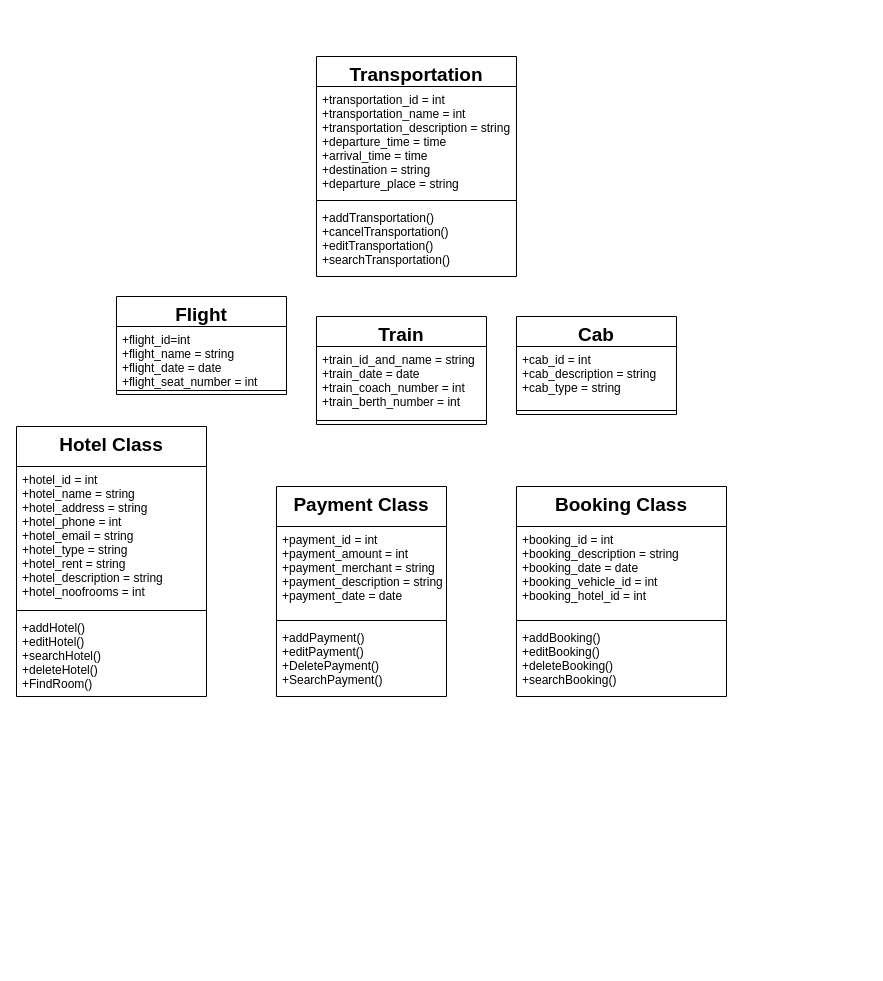
The draw.io diagram Untitled Diagram.drawio in bidya01/Programs, before the edit. Source tidied: cells renumbered, new cells numbered last; positions are measured from the earlier drawing's top-left corner, leaving out a move shared by most shapes. Both pictures are drawn from the tidied source at 100%, with x=0, y=0 at pixel (16, 56).
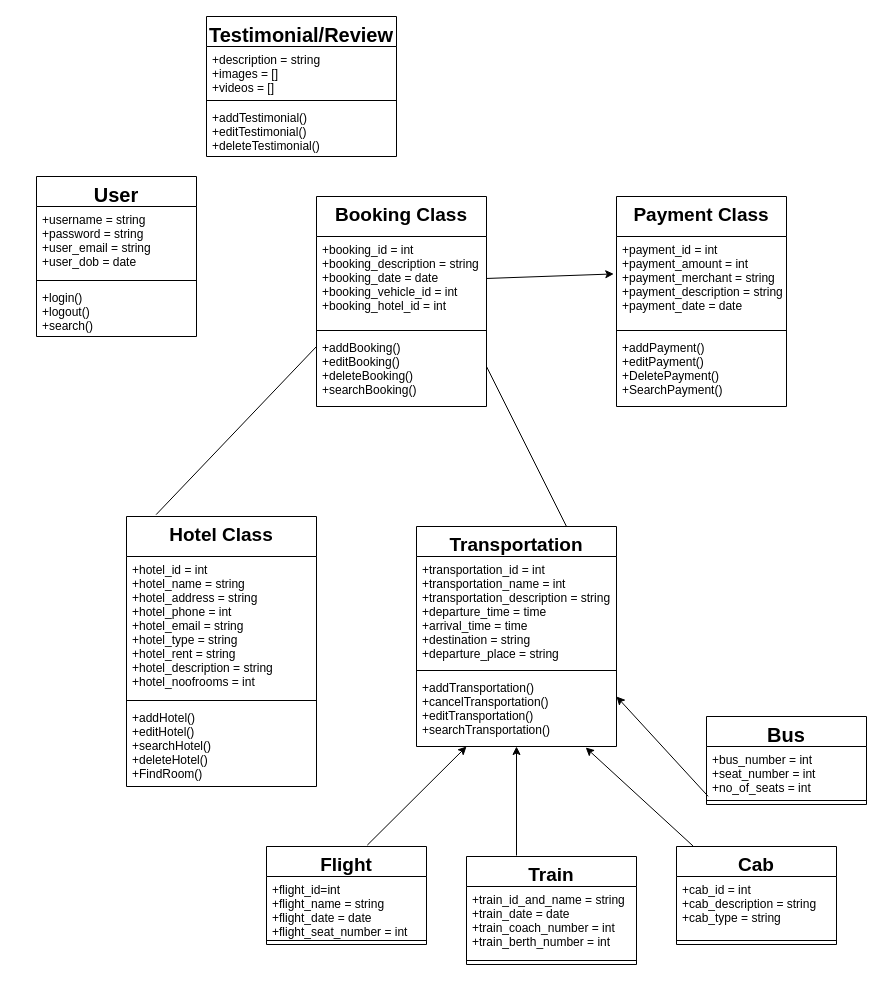
The same diagram, later.

Unchanged cells that the change refers to:
```xml
<mxCell id="23" value="+addTransportation()&#10;+cancelTransportation()&#10;+editTransportation()&#10;+searchTransportation()&#10;" style="text;strokeColor=none;fillColor=none;align=left;verticalAlign=top;spacingLeft=4;spacingRight=4;overflow=hidden;points=[[0,0.5],[1,0.5]];portConstraint=eastwest;" parent="20" vertex="1">
  <mxGeometry y="148" width="200" height="72" as="geometry" />
</mxCell>
```

What changed in the source:
```diff
@@
     <mxCell id="2" value="Hotel Class" style="swimlane;fontStyle=1;align=center;verticalAlign=top;horizontal=1;startSize=40;fontSize=19;" parent="1" vertex="1">
-      <mxGeometry y="370" width="190" height="270" as="geometry" />
+      <mxGeometry x="110" y="460" width="190" height="270" as="geometry" />
     </mxCell>
@@
-    <mxCell id="6" value="Payment Class" style="swimlane;fontStyle=1;align=center;verticalAlign=top;horizontal=1;startSize=40;fontSize=19;" parent="1" vertex="1">
-      <mxGeometry x="260" y="430" width="170" height="210" as="geometry" />
-    </mxCell>
-    <mxCell id="7" value="+payment_id = int&#10;+payment_amount = int&#10;+payment_merchant = string&#10;+payment_description = string&#10;+payment_date = date" style="text;strokeColor=none;fillColor=none;align=left;verticalAlign=top;spacingLeft=4;spacingRight=4;overflow=hidden;points=[[0,0.5],[1,0.5]];portConstraint=eastwest;" parent="6" vertex="1">
-      <mxGeometry y="40" width="170" height="90" as="geometry" />
-    </mxCell>
-    <mxCell id="8" style="line;strokeWidth=1;fillColor=none;align=left;verticalAlign=middle;spacingTop=-1;spacingLeft=3;spacingRight=3;labelPosition=right;" parent="6" vertex="1">
-      <mxGeometry y="130" width="170" height="8" as="geometry" />
-    </mxCell>
-    <mxCell id="9" value="+addPayment()&#10;+editPayment()&#10;+DeletePayment()&#10;+SearchPayment()" style="text;strokeColor=none;fillColor=none;align=left;verticalAlign=top;spacingLeft=4;spacingRight=4;overflow=hidden;" parent="6" vertex="1">
-      <mxGeometry y="138" width="170" height="72" as="geometry" />
-    </mxCell>
-    <mxCell id="10" value="Booking Class" style="swimlane;fontStyle=1;align=center;verticalAlign=top;horizontal=1;startSize=40;fontSize=19;" parent="1" vertex="1">
-      <mxGeometry x="500" y="430" width="210" height="210" as="geometry" />
-    </mxCell>
-    <mxCell id="11" value="+booking_id = int&#10;+booking_description = string&#10;+booking_date = date&#10;+booking_vehicle_id = int&#10;+booking_hotel_id = int&#10;" style="text;strokeColor=none;fillColor=none;align=left;verticalAlign=top;spacingLeft=4;spacingRight=4;overflow=hidden;points=[[0,0.5],[1,0.5]];portConstraint=eastwest;" parent="10" vertex="1">
-      <mxGeometry y="40" width="210" height="90" as="geometry" />
-    </mxCell>
-    <mxCell id="12" style="line;strokeWidth=1;fillColor=none;align=left;verticalAlign=middle;spacingTop=-1;spacingLeft=3;spacingRight=3;labelPosition=right;" parent="10" vertex="1">
-      <mxGeometry y="130" width="210" height="8" as="geometry" />
-    </mxCell>
-    <mxCell id="13" value="+addBooking()&#10;+editBooking()&#10;+deleteBooking()&#10;+searchBooking()&#10;" style="text;strokeColor=none;fillColor=none;align=left;verticalAlign=top;spacingLeft=4;spacingRight=4;overflow=hidden;" parent="10" vertex="1">
-      <mxGeometry y="138" width="210" height="72" as="geometry" />
-    </mxCell>
     <mxCell id="14" value="Flight" style="swimlane;fontStyle=1;align=center;verticalAlign=top;horizontal=1;startSize=30;fontSize=19;" parent="1" vertex="1">
-      <mxGeometry x="100" y="240" width="170" height="98" as="geometry" />
+      <mxGeometry x="250" y="790" width="160" height="98" as="geometry" />
     </mxCell>
     <mxCell id="15" value="+flight_id=int&#10;+flight_name = string&#10;+flight_date = date&#10;+flight_seat_number = int&#10;&#10;&#10;" style="text;strokeColor=none;fillColor=none;align=left;verticalAlign=top;spacingLeft=4;spacingRight=4;overflow=hidden;" parent="14" vertex="1">
-      <mxGeometry y="30" width="170" height="60" as="geometry" />
+      <mxGeometry y="30" width="160" height="60" as="geometry" />
     </mxCell>
     <mxCell id="16" style="line;strokeWidth=1;fillColor=none;align=left;verticalAlign=middle;spacingTop=-1;spacingLeft=3;spacingRight=3;labelPosition=right;" parent="14" vertex="1">
-      <mxGeometry y="90" width="170" height="8" as="geometry" />
+      <mxGeometry y="90" width="160" height="8" as="geometry" />
     </mxCell>
     <mxCell id="17" value="Train" style="swimlane;fontStyle=1;align=center;verticalAlign=top;horizontal=1;startSize=30;fontSize=19;" parent="1" vertex="1">
-      <mxGeometry x="300" y="260" width="170" height="108" as="geometry" />
+      <mxGeometry x="450" y="800" width="170" height="108" as="geometry" />
     </mxCell>
@@
     <mxCell id="20" value="Transportation" style="swimlane;fontStyle=1;align=center;verticalAlign=top;horizontal=1;startSize=30;fontSize=19;" parent="1" vertex="1">
-      <mxGeometry x="300" width="200" height="220" as="geometry" />
+      <mxGeometry x="400" y="470" width="200" height="220" as="geometry" />
     </mxCell>
@@
     <mxCell id="24" value="Cab" style="swimlane;fontStyle=1;align=center;verticalAlign=top;horizontal=1;startSize=30;fontSize=19;" parent="1" vertex="1">
-      <mxGeometry x="500" y="260" width="160" height="98" as="geometry" />
+      <mxGeometry x="660" y="790" width="160" height="98" as="geometry" />
     </mxCell>
@@
+    <mxCell id="27" value="Bus" style="swimlane;fontStyle=1;align=center;verticalAlign=top;horizontal=1;startSize=30;fontSize=20;" parent="1" vertex="1">
+      <mxGeometry x="690" y="660" width="160" height="88" as="geometry" />
+    </mxCell>
+    <mxCell id="28" value="+bus_number = int&#10;+seat_number = int&#10;+no_of_seats = int&#10;" style="text;strokeColor=none;fillColor=none;align=left;verticalAlign=top;spacingLeft=4;spacingRight=4;overflow=hidden;points=[[0,0.5],[1,0.5]];portConstraint=eastwest;" parent="27" vertex="1">
+      <mxGeometry y="30" width="160" height="50" as="geometry" />
+    </mxCell>
+    <mxCell id="29" style="line;strokeWidth=1;fillColor=none;align=left;verticalAlign=middle;spacingTop=-1;spacingLeft=3;spacingRight=3;labelPosition=right;" parent="27" vertex="1">
+      <mxGeometry y="80" width="160" height="8" as="geometry" />
+    </mxCell>
+    <mxCell id="10" value="Booking Class" style="swimlane;fontStyle=1;align=center;verticalAlign=top;horizontal=1;startSize=40;fontSize=19;" parent="1" vertex="1">
+      <mxGeometry x="300" y="140" width="170" height="210" as="geometry" />
+    </mxCell>
+    <mxCell id="11" value="+booking_id = int&#10;+booking_description = string&#10;+booking_date = date&#10;+booking_vehicle_id = int&#10;+booking_hotel_id = int&#10;" style="text;strokeColor=none;fillColor=none;align=left;verticalAlign=top;spacingLeft=4;spacingRight=4;overflow=hidden;points=[[0,0.5],[1,0.5]];portConstraint=eastwest;" parent="10" vertex="1">
+      <mxGeometry y="40" width="170" height="90" as="geometry" />
+    </mxCell>
+    <mxCell id="12" style="line;strokeWidth=1;fillColor=none;align=left;verticalAlign=middle;spacingTop=-1;spacingLeft=3;spacingRight=3;labelPosition=right;" parent="10" vertex="1">
+      <mxGeometry y="130" width="170" height="8" as="geometry" />
+    </mxCell>
+    <mxCell id="13" value="+addBooking()&#10;+editBooking()&#10;+deleteBooking()&#10;+searchBooking()&#10;" style="text;strokeColor=none;fillColor=none;align=left;verticalAlign=top;spacingLeft=4;spacingRight=4;overflow=hidden;" parent="10" vertex="1">
+      <mxGeometry y="138" width="170" height="72" as="geometry" />
+    </mxCell>
+    <mxCell id="6" value="Payment Class" style="swimlane;fontStyle=1;align=center;verticalAlign=top;horizontal=1;startSize=40;fontSize=19;" parent="1" vertex="1">
+      <mxGeometry x="600" y="140" width="170" height="210" as="geometry" />
+    </mxCell>
+    <mxCell id="7" value="+payment_id = int&#10;+payment_amount = int&#10;+payment_merchant = string&#10;+payment_description = string&#10;+payment_date = date" style="text;strokeColor=none;fillColor=none;align=left;verticalAlign=top;spacingLeft=4;spacingRight=4;overflow=hidden;points=[[0,0.5],[1,0.5]];portConstraint=eastwest;" parent="6" vertex="1">
+      <mxGeometry y="40" width="170" height="90" as="geometry" />
+    </mxCell>
+    <mxCell id="8" style="line;strokeWidth=1;fillColor=none;align=left;verticalAlign=middle;spacingTop=-1;spacingLeft=3;spacingRight=3;labelPosition=right;" parent="6" vertex="1">
+      <mxGeometry y="130" width="170" height="8" as="geometry" />
+    </mxCell>
+    <mxCell id="9" value="+addPayment()&#10;+editPayment()&#10;+DeletePayment()&#10;+SearchPayment()" style="text;strokeColor=none;fillColor=none;align=left;verticalAlign=top;spacingLeft=4;spacingRight=4;overflow=hidden;" parent="6" vertex="1">
+      <mxGeometry y="138" width="170" height="72" as="geometry" />
+    </mxCell>
+    <mxCell id="30" style="endArrow=classic;html=1;fontSize=20;" parent="1" edge="1">
+      <mxGeometry relative="1" as="geometry">
+        <mxPoint x="500" y="799" as="sourcePoint" />
+        <mxPoint x="500" y="690" as="targetPoint" />
+      </mxGeometry>
+    </mxCell>
+    <mxCell id="31" style="endArrow=classic;html=1;fontSize=20;exitX=0.103;exitY=-0.006;exitDx=0;exitDy=0;exitPerimeter=0;entryX=0.846;entryY=1.014;entryDx=0;entryDy=0;entryPerimeter=0;" parent="1" edge="1" source="24" target="23">
+      <mxGeometry relative="1" as="geometry" />
+    </mxCell>
+    <mxCell id="32" style="endArrow=classic;html=1;fontSize=20;exitX=0.01;exitY=0.996;exitDx=0;exitDy=0;exitPerimeter=0;" parent="1" edge="1" source="28">
+      <mxGeometry relative="1" as="geometry">
+        <mxPoint x="600" y="640" as="targetPoint" />
+      </mxGeometry>
+    </mxCell>
+    <mxCell id="33" style="endArrow=none;html=1;fontSize=20;exitX=0.75;exitY=0;exitDx=0;exitDy=0;" parent="1" edge="1" source="20">
+      <mxGeometry relative="1" as="geometry">
+        <mxPoint x="470" y="310" as="targetPoint" />
+      </mxGeometry>
+    </mxCell>
+    <mxCell id="34" style="endArrow=none;html=1;fontSize=20;exitX=0.156;exitY=-0.007;exitDx=0;exitDy=0;exitPerimeter=0;" parent="1" edge="1" source="2">
+      <mxGeometry relative="1" as="geometry">
+        <mxPoint x="300" y="290" as="targetPoint" />
+      </mxGeometry>
+    </mxCell>
+    <mxCell id="35" style="endArrow=classic;html=1;fontSize=20;exitX=0.63;exitY=-0.014;exitDx=0;exitDy=0;exitPerimeter=0;" parent="1" edge="1" source="14">
+      <mxGeometry relative="1" as="geometry">
+        <mxPoint x="450" y="690" as="targetPoint" />
+      </mxGeometry>
+    </mxCell>
+    <mxCell id="36" style="endArrow=classic;html=1;fontSize=20;entryX=-0.016;entryY=0.416;entryDx=0;entryDy=0;entryPerimeter=0;" parent="1" edge="1" source="11" target="7">
+      <mxGeometry relative="1" as="geometry" />
+    </mxCell>
+    <mxCell id="37" value="User" style="swimlane;fontStyle=1;align=center;verticalAlign=top;horizontal=1;startSize=30;fontSize=20;" parent="1" vertex="1">
+      <mxGeometry x="20" y="120" width="160" height="160" as="geometry" />
+    </mxCell>
+    <mxCell id="38" value="+username = string&#10;+password = string&#10;+user_email = string&#10;+user_dob = date&#10;" style="text;strokeColor=none;fillColor=none;align=left;verticalAlign=top;spacingLeft=4;spacingRight=4;overflow=hidden;" parent="37" vertex="1">
+      <mxGeometry y="30" width="160" height="70" as="geometry" />
+    </mxCell>
+    <mxCell id="39" style="line;strokeWidth=1;fillColor=none;align=left;verticalAlign=middle;spacingTop=-1;spacingLeft=3;spacingRight=3;labelPosition=right;" parent="37" vertex="1">
+      <mxGeometry y="100" width="160" height="8" as="geometry" />
+    </mxCell>
+    <mxCell id="40" value="+login()&#10;+logout()&#10;+search()" style="text;strokeColor=none;fillColor=none;align=left;verticalAlign=top;spacingLeft=4;spacingRight=4;overflow=hidden;" parent="37" vertex="1">
+      <mxGeometry y="108" width="160" height="52" as="geometry" />
+    </mxCell>
+    <mxCell id="41" value="Testimonial/Review" style="swimlane;fontStyle=1;align=center;verticalAlign=top;horizontal=1;startSize=30;fontSize=20;" parent="1" vertex="1">
+      <mxGeometry x="190" y="-40" width="190" height="140" as="geometry" />
+    </mxCell>
+    <mxCell id="42" value="+description = string&#10;+images = []&#10;+videos = []&#10;" style="text;strokeColor=none;fillColor=none;align=left;verticalAlign=top;spacingLeft=4;spacingRight=4;overflow=hidden;" parent="41" vertex="1">
+      <mxGeometry y="30" width="190" height="50" as="geometry" />
+    </mxCell>
+    <mxCell id="43" style="line;strokeWidth=1;fillColor=none;align=left;verticalAlign=middle;spacingTop=-1;spacingLeft=3;spacingRight=3;labelPosition=right;" parent="41" vertex="1">
+      <mxGeometry y="80" width="190" height="8" as="geometry" />
+    </mxCell>
+    <mxCell id="44" value="+addTestimonial()&#10;+editTestimonial()&#10;+deleteTestimonial()&#10;" style="text;strokeColor=none;fillColor=none;align=left;verticalAlign=top;spacingLeft=4;spacingRight=4;overflow=hidden;" parent="41" vertex="1">
+      <mxGeometry y="88" width="190" height="52" as="geometry" />
+    </mxCell>
```
